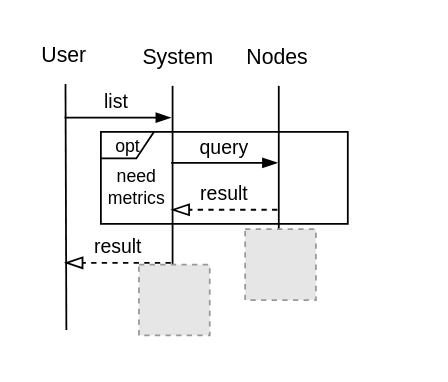
The draw.io diagram diagrams/list_sequence.drawio in MilosSimic/phd-thesis, before the edit. Source tidied: cells renumbered, new cells numbered last; positions are measured from the earlier drawing's top-left corner, leaving out a move shared by most shapes. Both pictures are drawn from the tidied source at 177%, with x=0, y=0 at pixel (28, 30). Pictures stored in the file or linked from it are replaced by grey dashed boxes.
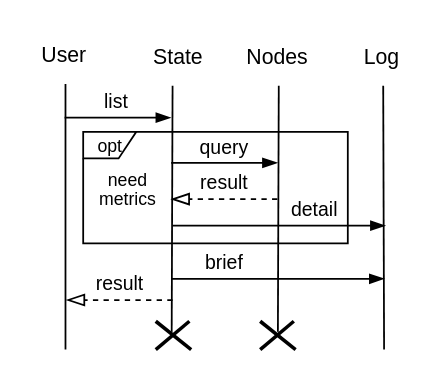
The same page after the edit.

The edit, as a diff of the source:
```diff
@@
-    <mxCell id="2" style="endArrow=none;html=1;" parent="1" edge="1">
-      <mxGeometry relative="1" as="geometry">
-        <mxPoint x="21" y="169" as="sourcePoint" />
-        <mxPoint x="20.5" y="30" as="targetPoint" />
-      </mxGeometry>
-    </mxCell>
-    <mxCell id="3" style="endArrow=none;html=1;" parent="1" edge="1">
-      <mxGeometry relative="1" as="geometry">
-        <mxPoint x="141" y="129" as="sourcePoint" />
-        <mxPoint x="141" y="31" as="targetPoint" />
-      </mxGeometry>
-    </mxCell>
+    <mxCell id="16" style="endArrow=none;html=1;" parent="1" edge="1">
+      <mxGeometry relative="1" as="geometry">
+        <mxPoint x="20.5" y="180" as="sourcePoint" />
+        <mxPoint x="20.5" y="30" as="targetPoint" />
+      </mxGeometry>
+    </mxCell>
+    <mxCell id="17" style="endArrow=none;html=1;" parent="1" edge="1">
+      <mxGeometry relative="1" as="geometry">
+        <mxPoint x="140.5" y="170" as="sourcePoint" />
+        <mxPoint x="141" y="31" as="targetPoint" />
+      </mxGeometry>
+    </mxCell>
@@
-    <mxCell id="5" value="result" style="html=1;verticalAlign=bottom;endArrow=blockThin;dashed=1;endSize=8;endFill=0;" parent="1" edge="1">
-      <mxGeometry relative="1" as="geometry">
-        <mxPoint x="80" y="131" as="sourcePoint" />
-        <mxPoint x="20" y="131" as="targetPoint" />
-      </mxGeometry>
-    </mxCell>
+    <mxCell id="18" value="result" style="html=1;verticalAlign=bottom;endArrow=blockThin;dashed=1;endSize=8;endFill=0;" parent="1" edge="1">
+      <mxGeometry relative="1" as="geometry">
+        <mxPoint x="81" y="152" as="sourcePoint" />
+        <mxPoint x="21" y="152" as="targetPoint" />
+      </mxGeometry>
+    </mxCell>
@@
-    <mxCell id="8" style="fillColor=#E6E6E6;strokeColor=#999999;dashed=1;html=1;verticalAlign=top;verticalLabelPosition=bottom;labelBackgroundColor=#ffffff;" parent="1" vertex="1">
-      <mxGeometry x="122" y="112" width="40" height="40" as="geometry" />
-    </mxCell>
-    <mxCell id="9" style="endArrow=none;html=1;" parent="1" edge="1">
-      <mxGeometry relative="1" as="geometry">
-        <mxPoint x="81" y="149" as="sourcePoint" />
-        <mxPoint x="81" y="31" as="targetPoint" />
-      </mxGeometry>
-    </mxCell>
-    <mxCell id="10" value="System" style="text;align=center;fontStyle=0;verticalAlign=middle;spacingLeft=3;spacingRight=3;strokeColor=none;" parent="1" vertex="1">
-      <mxGeometry x="65" y="1" width="39" height="26" as="geometry" />
-    </mxCell>
+    <mxCell id="19" style="endArrow=none;html=1;" parent="1" edge="1">
+      <mxGeometry relative="1" as="geometry">
+        <mxPoint x="80.5" y="170" as="sourcePoint" />
+        <mxPoint x="81" y="31" as="targetPoint" />
+      </mxGeometry>
+    </mxCell>
+    <mxCell id="20" value="State" style="text;align=center;fontStyle=0;verticalAlign=middle;spacingLeft=3;spacingRight=3;strokeColor=none;" parent="1" vertex="1">
+      <mxGeometry x="65" y="1" width="39" height="26" as="geometry" />
+    </mxCell>
     <mxCell id="11" value="opt" style="shape=umlFrame;whiteSpace=wrap;html=1;strokeWidth=1;fontSize=10;width=30;height=15;" parent="1" vertex="1">
-      <mxGeometry x="40.5" y="57" width="139.5" height="52" as="geometry" />
+      <mxGeometry x="30.5" y="57" width="149.5" height="63" as="geometry" />
     </mxCell>
@@
-    <mxCell id="13" value="result" style="html=1;verticalAlign=bottom;endArrow=blockThin;dashed=1;endSize=8;endFill=0;" parent="1" edge="1">
-      <mxGeometry relative="1" as="geometry">
-        <mxPoint x="140.2" y="101" as="sourcePoint" />
-        <mxPoint x="80.2" y="101" as="targetPoint" />
-      </mxGeometry>
-    </mxCell>
-    <mxCell id="14" value="need&lt;br&gt;metrics" style="text;html=1;strokeColor=none;fillColor=none;align=center;verticalAlign=middle;whiteSpace=wrap;rounded=0;fontSize=10;" parent="1" vertex="1">
-      <mxGeometry x="41" y="78" width="40" height="20" as="geometry" />
-    </mxCell>
-    <mxCell id="15" style="fillColor=#E6E6E6;strokeColor=#999999;dashed=1;html=1;verticalAlign=top;verticalLabelPosition=bottom;labelBackgroundColor=#ffffff;" parent="1" vertex="1">
-      <mxGeometry x="62" y="132" width="40" height="40" as="geometry" />
-    </mxCell>
+    <mxCell id="21" value="result" style="html=1;verticalAlign=bottom;endArrow=blockThin;dashed=1;endSize=8;endFill=0;" parent="1" edge="1">
+      <mxGeometry relative="1" as="geometry">
+        <mxPoint x="140.2" y="95" as="sourcePoint" />
+        <mxPoint x="80.2" y="95" as="targetPoint" />
+      </mxGeometry>
+    </mxCell>
+    <mxCell id="22" value="need" style="text;html=1;strokeColor=none;fillColor=none;align=center;verticalAlign=middle;whiteSpace=wrap;rounded=0;fontSize=10;" parent="1" vertex="1">
+      <mxGeometry x="30.5" y="78.5" width="50" height="10" as="geometry" />
+    </mxCell>
+    <mxCell id="23" style="endArrow=none;html=1;" parent="1" edge="1">
+      <mxGeometry relative="1" as="geometry">
+        <mxPoint x="200.5" y="180" as="sourcePoint" />
+        <mxPoint x="200" y="31" as="targetPoint" />
+      </mxGeometry>
+    </mxCell>
+    <mxCell id="24" value="Log" style="text;align=center;fontStyle=0;verticalAlign=middle;spacingLeft=3;spacingRight=3;strokeColor=none;" parent="1" vertex="1">
+      <mxGeometry x="180" y="1" width="39" height="26" as="geometry" />
+    </mxCell>
+    <mxCell id="25" value="brief" style="html=1;verticalAlign=bottom;endArrow=blockThin;endFill=1;" parent="1" edge="1">
+      <mxGeometry x="-0.5" relative="1" as="geometry">
+        <mxPoint x="80.4" y="140" as="sourcePoint" />
+        <mxPoint x="200.6" y="140" as="targetPoint" />
+      </mxGeometry>
+    </mxCell>
+    <mxCell id="26" value="detail" style="html=1;verticalAlign=bottom;endArrow=blockThin;endFill=1;" parent="1" edge="1">
+      <mxGeometry x="0.33" relative="1" as="geometry">
+        <mxPoint x="81" y="110" as="sourcePoint" />
+        <mxPoint x="201.2" y="110" as="targetPoint" />
+      </mxGeometry>
+    </mxCell>
+    <mxCell id="27" style="group;" parent="1" vertex="1">
+      <mxGeometry x="71.5" y="164" width="20" height="16" as="geometry" />
+    </mxCell>
+    <mxCell id="28" style="endArrow=none;html=1;strokeWidth=2;" parent="27" edge="1">
+      <mxGeometry relative="1" as="geometry">
+        <mxPoint as="sourcePoint" />
+        <mxPoint x="20" y="16" as="targetPoint" />
+      </mxGeometry>
+    </mxCell>
+    <mxCell id="29" style="endArrow=none;html=1;strokeWidth=2;" parent="27" edge="1">
+      <mxGeometry relative="1" as="geometry">
+        <mxPoint y="16" as="sourcePoint" />
+        <mxPoint x="19" as="targetPoint" />
+      </mxGeometry>
+    </mxCell>
+    <mxCell id="30" style="group;" parent="1" vertex="1">
+      <mxGeometry x="130.5" y="164" width="20" height="16" as="geometry" />
+    </mxCell>
+    <mxCell id="31" style="endArrow=none;html=1;strokeWidth=2;" parent="30" edge="1">
+      <mxGeometry relative="1" as="geometry">
+        <mxPoint as="sourcePoint" />
+        <mxPoint x="20" y="16" as="targetPoint" />
+      </mxGeometry>
+    </mxCell>
+    <mxCell id="32" style="endArrow=none;html=1;strokeWidth=2;" parent="30" edge="1">
+      <mxGeometry relative="1" as="geometry">
+        <mxPoint y="16" as="sourcePoint" />
+        <mxPoint x="19" as="targetPoint" />
+      </mxGeometry>
+    </mxCell>
+    <mxCell id="33" value="metrics" style="text;html=1;strokeColor=none;fillColor=none;align=center;verticalAlign=middle;whiteSpace=wrap;rounded=0;fontSize=10;" parent="1" vertex="1">
+      <mxGeometry x="30.5" y="89.5" width="50" height="10" as="geometry" />
+    </mxCell>
```
